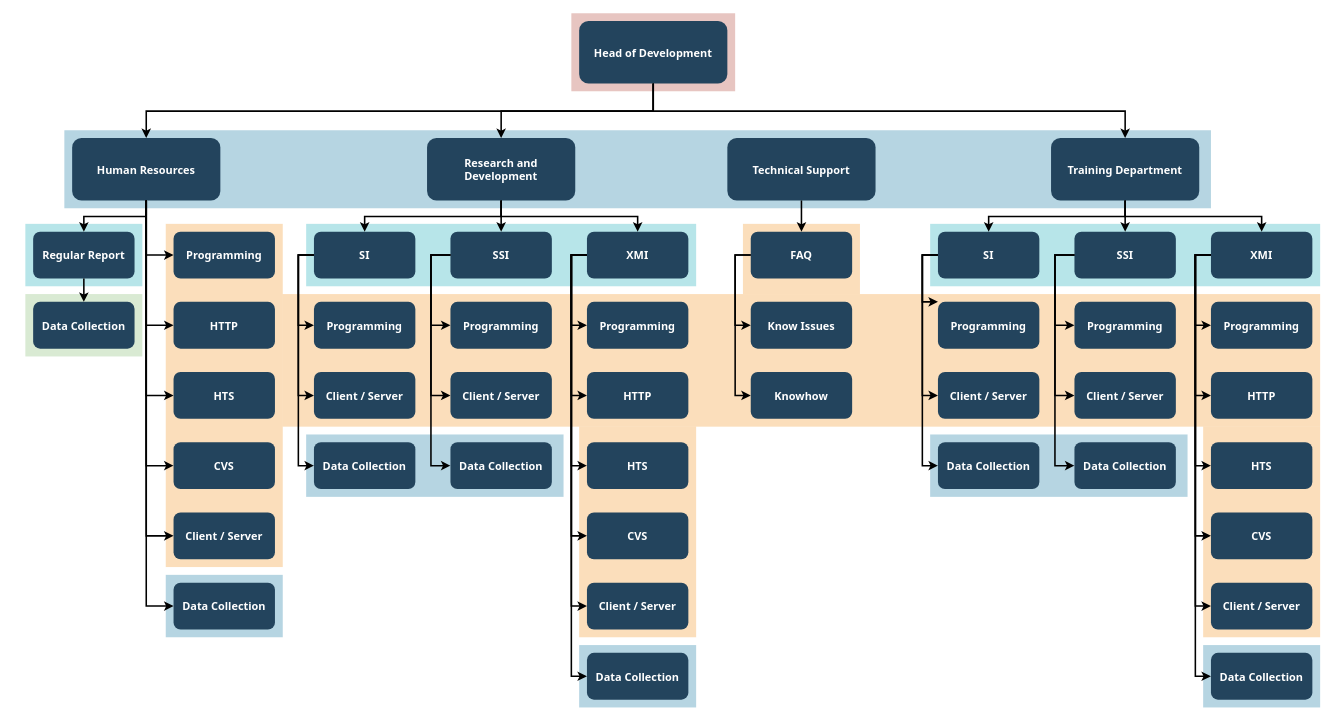
Earlier version of the draw.io diagram PersonalGroup.drawio (vn012/PersonalGroup). Source tidied: cells renumbered, new cells numbered last; positions are measured from the earlier drawing's top-left corner, leaving out a move shared by most shapes. Both pictures are drawn from the tidied source at 78%, with x=0, y=0 at pixel (25, 13).
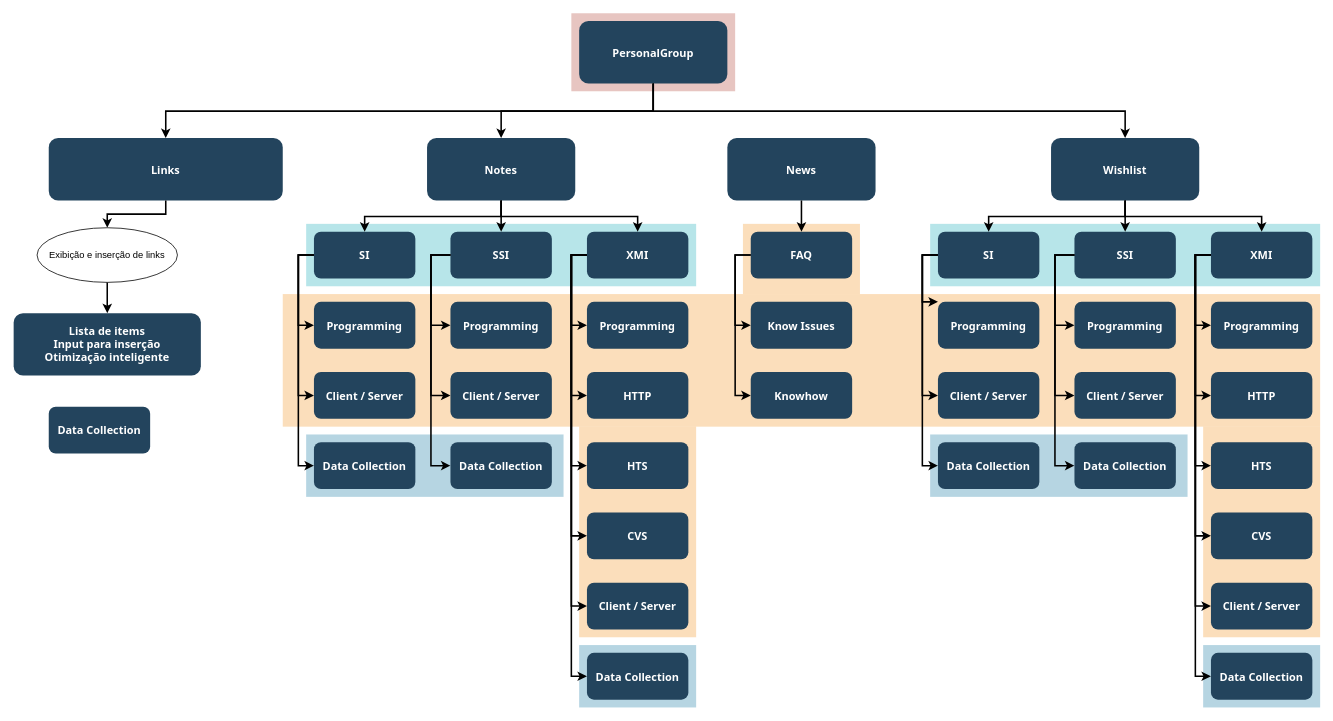
Above is the later version.

What changed in the source:
```diff
@@
-    <mxCell id="3" style="fillColor=#10739E;strokeColor=none;opacity=30;" parent="1" vertex="1">
-      <mxGeometry x="50" y="149.5" width="1470" height="100" as="geometry" />
-    </mxCell>
@@
-    <mxCell id="7" style="fillColor=#F2931E;strokeColor=none;opacity=30;" parent="1" vertex="1">
-      <mxGeometry x="180" y="269.5" width="150" height="440" as="geometry" />
-    </mxCell>
@@
-    <mxCell id="13" style="fillColor=#10739E;strokeColor=none;opacity=30;" parent="1" vertex="1">
-      <mxGeometry x="180" y="719.5" width="150" height="80" as="geometry" />
-    </mxCell>
-    <mxCell id="14" style="fillColor=#D9EAD3;strokeColor=none;" parent="1" vertex="1">
-      <mxGeometry y="359.5" width="150" height="80" as="geometry" />
-    </mxCell>
@@
-    <mxCell id="17" style="fillColor=#12AAB5;strokeColor=none;opacity=30;" parent="1" vertex="1">
-      <mxGeometry y="269.5" width="150" height="80" as="geometry" />
-    </mxCell>
-    <mxCell id="18" value="Head of Development" style="rounded=1;fillColor=#23445D;gradientColor=none;strokeColor=none;fontColor=#FFFFFF;fontStyle=1;fontFamily=Tahoma;fontSize=14;" parent="1" vertex="1">
+    <mxCell id="18" value="PersonalGroup" style="rounded=1;fillColor=#23445D;gradientColor=none;strokeColor=none;fontColor=#FFFFFF;fontStyle=1;fontFamily=Tahoma;fontSize=14;" parent="1" vertex="1">
       <mxGeometry x="710" y="9.5" width="190" height="80" as="geometry" />
     </mxCell>
-    <mxCell id="19" value="Training Department" style="rounded=1;fillColor=#23445D;gradientColor=none;strokeColor=none;fontColor=#FFFFFF;fontStyle=1;fontFamily=Tahoma;fontSize=14;" parent="1" vertex="1">
+    <mxCell id="19" value="Wishlist" style="rounded=1;fillColor=#23445D;gradientColor=none;strokeColor=none;fontColor=#FFFFFF;fontStyle=1;fontFamily=Tahoma;fontSize=14;" parent="1" vertex="1">
       <mxGeometry x="1315" y="159.5" width="190" height="80" as="geometry" />
     </mxCell>
@@
-    <mxCell id="21" value="Technical Support" style="rounded=1;fillColor=#23445D;gradientColor=none;strokeColor=none;fontColor=#FFFFFF;fontStyle=1;fontFamily=Tahoma;fontSize=14;" parent="1" vertex="1">
+    <mxCell id="21" value="News" style="rounded=1;fillColor=#23445D;gradientColor=none;strokeColor=none;fontColor=#FFFFFF;fontStyle=1;fontFamily=Tahoma;fontSize=14;" parent="1" vertex="1">
       <mxGeometry x="900" y="159.5" width="190" height="80" as="geometry" />
     </mxCell>
-    <mxCell id="22" value="Research and &#10;Development" style="rounded=1;fillColor=#23445D;gradientColor=none;strokeColor=none;fontColor=#FFFFFF;fontStyle=1;fontFamily=Tahoma;fontSize=14;" parent="1" vertex="1">
+    <mxCell id="22" value="Notes" style="rounded=1;fillColor=#23445D;gradientColor=none;strokeColor=none;fontColor=#FFFFFF;fontStyle=1;fontFamily=Tahoma;fontSize=14;" parent="1" vertex="1">
       <mxGeometry x="515" y="159.5" width="190" height="80" as="geometry" />
     </mxCell>
-    <mxCell id="23" value="Human Resources" style="rounded=1;fillColor=#23445D;gradientColor=none;strokeColor=none;fontColor=#FFFFFF;fontStyle=1;fontFamily=Tahoma;fontSize=14;" parent="1" vertex="1">
-      <mxGeometry x="60" y="159.5" width="190" height="80" as="geometry" />
+    <mxCell id="23" value="Links" style="rounded=1;fillColor=#23445D;gradientColor=none;strokeColor=none;fontColor=#FFFFFF;fontStyle=1;fontFamily=Tahoma;fontSize=14;" parent="1" vertex="1">
+      <mxGeometry x="30" y="159.5" width="300" height="80" as="geometry" />
     </mxCell>
-    <mxCell id="24" value="Regular Report" style="rounded=1;fillColor=#23445D;gradientColor=none;strokeColor=none;fontColor=#FFFFFF;fontStyle=1;fontFamily=Tahoma;fontSize=14;" parent="1" vertex="1">
-      <mxGeometry x="10" y="279.5" width="130" height="60" as="geometry" />
+    <mxCell id="24" value="Lista de items&#10;Input para inserção&#10;Otimização inteligente" style="rounded=1;fillColor=#23445D;gradientColor=none;strokeColor=none;fontColor=#FFFFFF;fontStyle=1;fontFamily=Tahoma;fontSize=14;whiteSpace=wrap;align=center;" parent="1" vertex="1">
+      <mxGeometry x="-15" y="384" width="240" height="80" as="geometry" />
     </mxCell>
     <mxCell id="25" value="Data Collection" style="rounded=1;fillColor=#23445D;gradientColor=none;strokeColor=none;fontColor=#FFFFFF;fontStyle=1;fontFamily=Tahoma;fontSize=14;" parent="1" vertex="1">
-      <mxGeometry x="10" y="369.5" width="130" height="60" as="geometry" />
+      <mxGeometry x="30" y="504" width="130" height="60" as="geometry" />
     </mxCell>
-    <mxCell id="26" value="Programming" style="rounded=1;fillColor=#23445D;gradientColor=none;strokeColor=none;fontColor=#FFFFFF;fontStyle=1;fontFamily=Tahoma;fontSize=14;" parent="1" vertex="1">
-      <mxGeometry x="190" y="279.5" width="130" height="60" as="geometry" />
-    </mxCell>
-    <mxCell id="27" value="HTTP" style="rounded=1;fillColor=#23445D;gradientColor=none;strokeColor=none;fontColor=#FFFFFF;fontStyle=1;fontFamily=Tahoma;fontSize=14;" parent="1" vertex="1">
-      <mxGeometry x="190" y="369.5" width="130" height="60" as="geometry" />
-    </mxCell>
-    <mxCell id="28" value="HTS" style="rounded=1;fillColor=#23445D;gradientColor=none;strokeColor=none;fontColor=#FFFFFF;fontStyle=1;fontFamily=Tahoma;fontSize=14;" parent="1" vertex="1">
-      <mxGeometry x="190" y="459.5" width="130" height="60" as="geometry" />
-    </mxCell>
-    <mxCell id="29" value="CVS" style="rounded=1;fillColor=#23445D;gradientColor=none;strokeColor=none;fontColor=#FFFFFF;fontStyle=1;fontFamily=Tahoma;fontSize=14;" parent="1" vertex="1">
-      <mxGeometry x="190" y="549.5" width="130" height="60" as="geometry" />
-    </mxCell>
-    <mxCell id="30" value="Client / Server" style="rounded=1;fillColor=#23445D;gradientColor=none;strokeColor=none;fontColor=#FFFFFF;fontStyle=1;fontFamily=Tahoma;fontSize=14;" parent="1" vertex="1">
-      <mxGeometry x="190" y="639.5" width="130" height="60" as="geometry" />
-    </mxCell>
-    <mxCell id="31" value="Data Collection" style="rounded=1;fillColor=#23445D;gradientColor=none;strokeColor=none;fontColor=#FFFFFF;fontStyle=1;fontFamily=Tahoma;fontSize=14;" parent="1" vertex="1">
-      <mxGeometry x="190" y="729.5" width="130" height="60" as="geometry" />
-    </mxCell>
@@
-    <mxCell id="67" style="edgeStyle=elbowEdgeStyle;elbow=vertical;strokeWidth=2;rounded=0;" parent="1" edge="1" source="23" target="24">
+    <mxCell id="67" style="edgeStyle=elbowEdgeStyle;elbow=vertical;strokeWidth=2;rounded=0;" parent="1" edge="1" source="109" target="24">
       <mxGeometry x="-23" y="135.5" as="geometry" />
     </mxCell>
-    <mxCell id="68" style="edgeStyle=elbowEdgeStyle;elbow=horizontal;strokeWidth=2;rounded=0;" parent="1" edge="1" source="23" target="26">
-      <mxGeometry x="-23" y="135.5" as="geometry">
-        <Array as="points">
-          <mxPoint x="155" y="259.5" />
-        </Array>
-      </mxGeometry>
-    </mxCell>
-    <mxCell id="69" style="edgeStyle=elbowEdgeStyle;elbow=horizontal;strokeWidth=2;rounded=0;" parent="1" edge="1" source="23" target="27">
-      <mxGeometry x="-23" y="135.5" as="geometry">
-        <Array as="points">
-          <mxPoint x="155" y="299.5" />
-        </Array>
-      </mxGeometry>
-    </mxCell>
-    <mxCell id="70" style="edgeStyle=elbowEdgeStyle;elbow=horizontal;strokeWidth=2;rounded=0;" parent="1" edge="1" source="23" target="28">
-      <mxGeometry x="-23" y="135.5" as="geometry">
-        <Array as="points">
-          <mxPoint x="155" y="349.5" />
-        </Array>
-      </mxGeometry>
-    </mxCell>
-    <mxCell id="71" style="edgeStyle=elbowEdgeStyle;elbow=horizontal;strokeWidth=2;rounded=0;" parent="1" edge="1" source="23" target="29">
-      <mxGeometry x="-23" y="135.5" as="geometry">
-        <Array as="points">
-          <mxPoint x="155" y="399.5" />
-        </Array>
-      </mxGeometry>
-    </mxCell>
-    <mxCell id="72" style="edgeStyle=elbowEdgeStyle;elbow=horizontal;strokeWidth=2;rounded=0;" parent="1" edge="1" source="23" target="30">
-      <mxGeometry x="-23" y="135.5" as="geometry">
-        <Array as="points">
-          <mxPoint x="155" y="439.5" />
-        </Array>
-      </mxGeometry>
-    </mxCell>
-    <mxCell id="73" style="edgeStyle=elbowEdgeStyle;elbow=horizontal;strokeWidth=2;rounded=0;" parent="1" edge="1" source="23" target="31">
-      <mxGeometry x="-23" y="135.5" as="geometry">
-        <Array as="points">
-          <mxPoint x="155" y="489.5" />
-        </Array>
-      </mxGeometry>
-    </mxCell>
@@
-    <mxCell id="107" style="edgeStyle=elbowEdgeStyle;elbow=vertical;rounded=0;strokeWidth=2;" parent="1" edge="1" source="24" target="25">
-      <mxGeometry x="-23" y="135.5" as="geometry" />
-    </mxCell>
+    <mxCell id="108" style="edgeStyle=elbowEdgeStyle;elbow=vertical;strokeWidth=2;rounded=0;" parent="1" edge="1" source="23" target="109">
+      <mxGeometry x="-23" y="135.5" as="geometry" />
+    </mxCell>
+    <mxCell id="109" value="Exibição e inserção de links" style="ellipse;whiteSpace=wrap;html=1;" parent="1" vertex="1">
+      <mxGeometry x="15" y="274.5" width="180" height="70" as="geometry" />
+    </mxCell>
```
